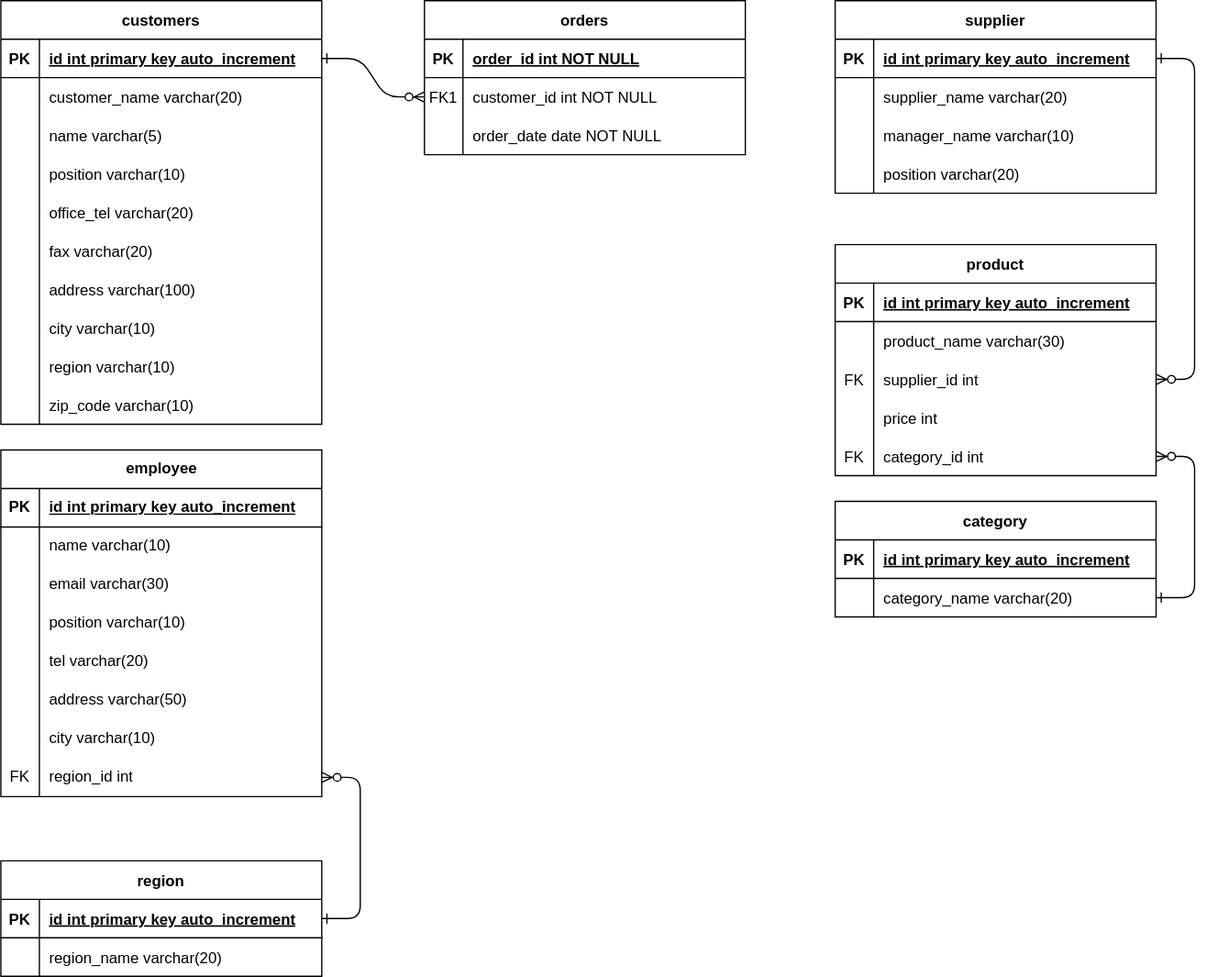
The draw.io diagram Mysql/northwind.svg in zzzmini/k-digital, before a commit. Source tidied: cells renumbered, new cells last; positions are measured from the earlier drawing's top-left corner, leaving out a move shared by most shapes.
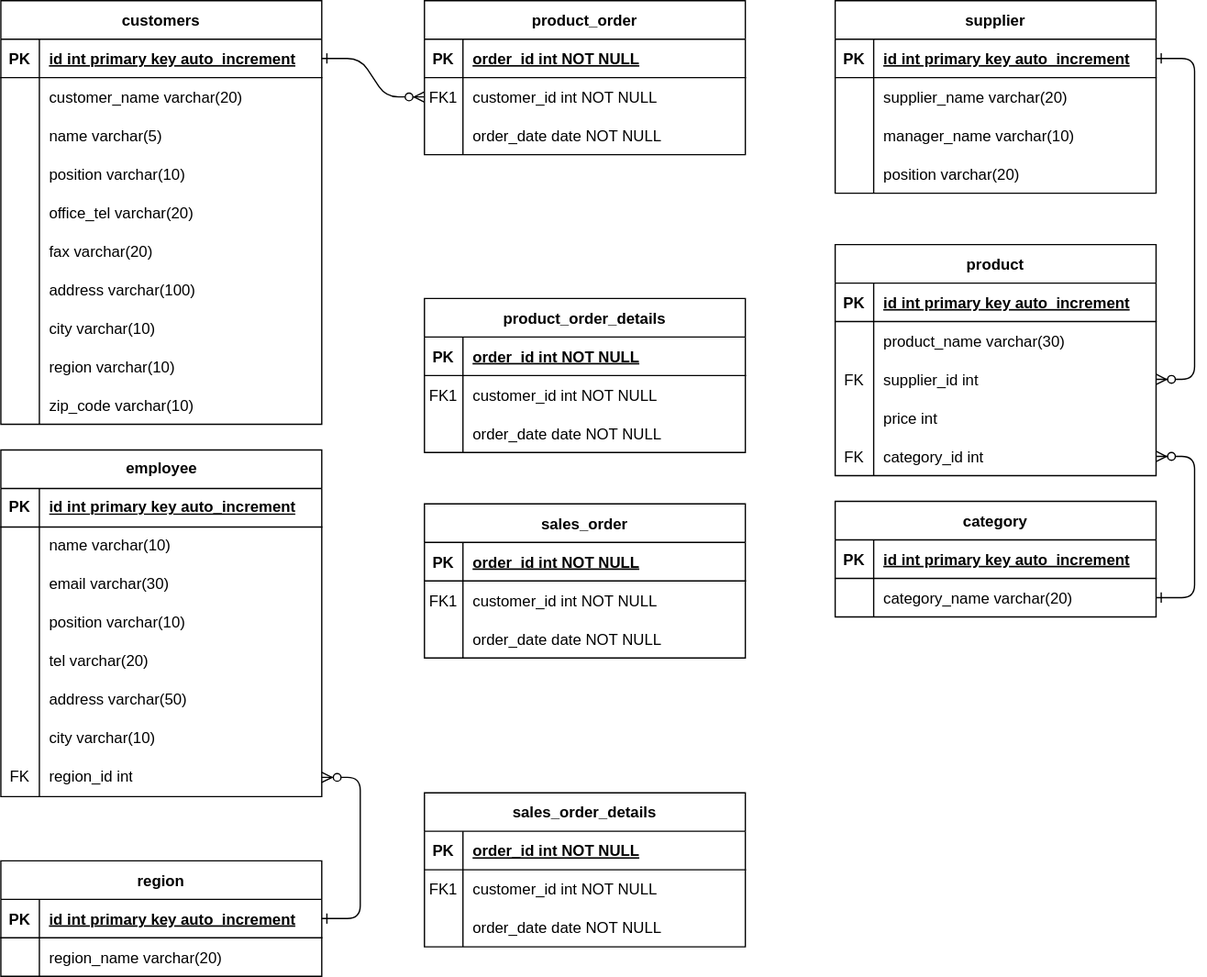
After the commit.

The edit, as a diff of the source:
```diff
@@ -8,7 +8,7 @@
     <mxCell id="3" style="edgeStyle=entityRelationEdgeStyle;endArrow=ERzeroToMany;startArrow=ERone;endFill=1;startFill=0;entryX=1;entryY=0.5;entryDx=0;entryDy=0;exitX=1;exitY=0.5;exitDx=0;exitDy=0;" parent="1" edge="1" source="111" target="104">
       <mxGeometry relative="1" as="geometry" />
     </mxCell>
-    <mxCell id="4" value="orders" style="shape=table;startSize=30;rowLines=0;fontStyle=1;align=center;" parent="1" vertex="1">
+    <mxCell id="4" value="product_order" style="shape=table;startSize=30;rowLines=0;fontStyle=1;align=center;" parent="1" vertex="1">
       <mxGeometry x="330" width="250" height="120" as="geometry" />
     </mxCell>
     <mxCell id="5" style="shape=partialRectangle;fillColor=none;top=0;left=0;right=0;bottom=1;" parent="4" vertex="1">
@@ -341,5 +341,95 @@
     <mxCell id="114" style="edgeStyle=entityRelationEdgeStyle;endArrow=ERzeroToMany;startArrow=ERone;endFill=1;startFill=0;" parent="1" edge="1" source="79" target="98">
       <mxGeometry relative="1" as="geometry" />
     </mxCell>
+    <mxCell id="115" value="product_order_details" style="shape=table;startSize=30;rowLines=0;fontStyle=1;align=center;" parent="1" vertex="1">
+      <mxGeometry x="330" y="232" width="250" height="120" as="geometry" />
+    </mxCell>
+    <mxCell id="116" style="shape=partialRectangle;fillColor=none;top=0;left=0;right=0;bottom=1;" parent="115" vertex="1">
+      <mxGeometry y="30" width="250" height="30" as="geometry" />
+    </mxCell>
+    <mxCell id="117" value="PK" style="shape=partialRectangle;overflow=hidden;fillColor=none;top=0;left=0;bottom=0;right=0;fontStyle=1;" parent="116" vertex="1">
+      <mxGeometry width="30" height="30" as="geometry" />
+    </mxCell>
+    <mxCell id="118" value="order_id int NOT NULL " style="shape=partialRectangle;overflow=hidden;fillColor=none;top=0;left=0;bottom=0;right=0;align=left;spacingLeft=6;fontStyle=5;" parent="116" vertex="1">
+      <mxGeometry x="30" width="220" height="30" as="geometry" />
+    </mxCell>
+    <mxCell id="119" style="shape=partialRectangle;fillColor=none;top=0;left=0;right=0;bottom=0;" parent="115" vertex="1">
+      <mxGeometry y="60" width="250" height="30" as="geometry" />
+    </mxCell>
+    <mxCell id="120" value="FK1" style="shape=partialRectangle;overflow=hidden;fillColor=none;top=0;left=0;bottom=0;right=0;" parent="119" vertex="1">
+      <mxGeometry width="30" height="30" as="geometry" />
+    </mxCell>
+    <mxCell id="121" value="customer_id int NOT NULL" style="shape=partialRectangle;overflow=hidden;fillColor=none;top=0;left=0;bottom=0;right=0;align=left;spacingLeft=6;" parent="119" vertex="1">
+      <mxGeometry x="30" width="220" height="30" as="geometry" />
+    </mxCell>
+    <mxCell id="122" style="shape=partialRectangle;fillColor=none;top=0;left=0;right=0;bottom=0;" parent="115" vertex="1">
+      <mxGeometry y="90" width="250" height="30" as="geometry" />
+    </mxCell>
+    <mxCell id="123" style="shape=partialRectangle;overflow=hidden;fillColor=none;top=0;left=0;bottom=0;right=0;" parent="122" vertex="1">
+      <mxGeometry width="30" height="30" as="geometry" />
+    </mxCell>
+    <mxCell id="124" value="order_date date NOT NULL" style="shape=partialRectangle;overflow=hidden;fillColor=none;top=0;left=0;bottom=0;right=0;align=left;spacingLeft=6;" parent="122" vertex="1">
+      <mxGeometry x="30" width="220" height="30" as="geometry" />
+    </mxCell>
+    <mxCell id="125" value="sales_order_details" style="shape=table;startSize=30;rowLines=0;fontStyle=1;align=center;" parent="1" vertex="1">
+      <mxGeometry x="330" y="617" width="250" height="120" as="geometry" />
+    </mxCell>
+    <mxCell id="126" style="shape=partialRectangle;fillColor=none;top=0;left=0;right=0;bottom=1;" parent="125" vertex="1">
+      <mxGeometry y="30" width="250" height="30" as="geometry" />
+    </mxCell>
+    <mxCell id="127" value="PK" style="shape=partialRectangle;overflow=hidden;fillColor=none;top=0;left=0;bottom=0;right=0;fontStyle=1;" parent="126" vertex="1">
+      <mxGeometry width="30" height="30" as="geometry" />
+    </mxCell>
+    <mxCell id="128" value="order_id int NOT NULL " style="shape=partialRectangle;overflow=hidden;fillColor=none;top=0;left=0;bottom=0;right=0;align=left;spacingLeft=6;fontStyle=5;" parent="126" vertex="1">
+      <mxGeometry x="30" width="220" height="30" as="geometry" />
+    </mxCell>
+    <mxCell id="129" style="shape=partialRectangle;fillColor=none;top=0;left=0;right=0;bottom=0;" parent="125" vertex="1">
+      <mxGeometry y="60" width="250" height="30" as="geometry" />
+    </mxCell>
+    <mxCell id="130" value="FK1" style="shape=partialRectangle;overflow=hidden;fillColor=none;top=0;left=0;bottom=0;right=0;" parent="129" vertex="1">
+      <mxGeometry width="30" height="30" as="geometry" />
+    </mxCell>
+    <mxCell id="131" value="customer_id int NOT NULL" style="shape=partialRectangle;overflow=hidden;fillColor=none;top=0;left=0;bottom=0;right=0;align=left;spacingLeft=6;" parent="129" vertex="1">
+      <mxGeometry x="30" width="220" height="30" as="geometry" />
+    </mxCell>
+    <mxCell id="132" style="shape=partialRectangle;fillColor=none;top=0;left=0;right=0;bottom=0;" parent="125" vertex="1">
+      <mxGeometry y="90" width="250" height="30" as="geometry" />
+    </mxCell>
+    <mxCell id="133" style="shape=partialRectangle;overflow=hidden;fillColor=none;top=0;left=0;bottom=0;right=0;" parent="132" vertex="1">
+      <mxGeometry width="30" height="30" as="geometry" />
+    </mxCell>
+    <mxCell id="134" value="order_date date NOT NULL" style="shape=partialRectangle;overflow=hidden;fillColor=none;top=0;left=0;bottom=0;right=0;align=left;spacingLeft=6;" parent="132" vertex="1">
+      <mxGeometry x="30" width="220" height="30" as="geometry" />
+    </mxCell>
+    <mxCell id="135" value="sales_order" style="shape=table;startSize=30;rowLines=0;fontStyle=1;align=center;" parent="1" vertex="1">
+      <mxGeometry x="330" y="392" width="250" height="120" as="geometry" />
+    </mxCell>
+    <mxCell id="136" style="shape=partialRectangle;fillColor=none;top=0;left=0;right=0;bottom=1;" parent="135" vertex="1">
+      <mxGeometry y="30" width="250" height="30" as="geometry" />
+    </mxCell>
+    <mxCell id="137" value="PK" style="shape=partialRectangle;overflow=hidden;fillColor=none;top=0;left=0;bottom=0;right=0;fontStyle=1;" parent="136" vertex="1">
+      <mxGeometry width="30" height="30" as="geometry" />
+    </mxCell>
+    <mxCell id="138" value="order_id int NOT NULL " style="shape=partialRectangle;overflow=hidden;fillColor=none;top=0;left=0;bottom=0;right=0;align=left;spacingLeft=6;fontStyle=5;" parent="136" vertex="1">
+      <mxGeometry x="30" width="220" height="30" as="geometry" />
+    </mxCell>
+    <mxCell id="139" style="shape=partialRectangle;fillColor=none;top=0;left=0;right=0;bottom=0;" parent="135" vertex="1">
+      <mxGeometry y="60" width="250" height="30" as="geometry" />
+    </mxCell>
+    <mxCell id="140" value="FK1" style="shape=partialRectangle;overflow=hidden;fillColor=none;top=0;left=0;bottom=0;right=0;" parent="139" vertex="1">
+      <mxGeometry width="30" height="30" as="geometry" />
+    </mxCell>
+    <mxCell id="141" value="customer_id int NOT NULL" style="shape=partialRectangle;overflow=hidden;fillColor=none;top=0;left=0;bottom=0;right=0;align=left;spacingLeft=6;" parent="139" vertex="1">
+      <mxGeometry x="30" width="220" height="30" as="geometry" />
+    </mxCell>
+    <mxCell id="142" style="shape=partialRectangle;fillColor=none;top=0;left=0;right=0;bottom=0;" parent="135" vertex="1">
+      <mxGeometry y="90" width="250" height="30" as="geometry" />
+    </mxCell>
+    <mxCell id="143" style="shape=partialRectangle;overflow=hidden;fillColor=none;top=0;left=0;bottom=0;right=0;" parent="142" vertex="1">
+      <mxGeometry width="30" height="30" as="geometry" />
+    </mxCell>
+    <mxCell id="144" value="order_date date NOT NULL" style="shape=partialRectangle;overflow=hidden;fillColor=none;top=0;left=0;bottom=0;right=0;align=left;spacingLeft=6;" parent="142" vertex="1">
+      <mxGeometry x="30" width="220" height="30" as="geometry" />
+    </mxCell>
   </root>
 </mxGraphModel>
```
